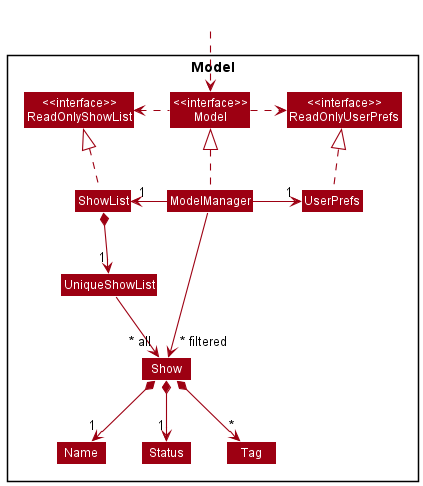
This is docs/images/ModelClassDiagram.png from nus-cs2103-AY2122S2/tp, a PlantUML export, as it was before one commit.
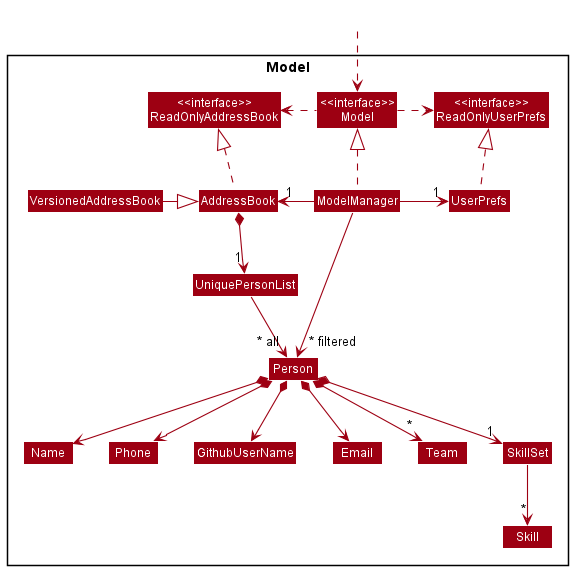
The same file after the commit.

Commit message:
Change Model package's class diagram to reflect HackNet's design

The edit, as a diff of the source:
```diff
@@ -5,41 +5,52 @@
 skinparam classBackgroundColor MODEL_COLOR
 
 Package Model <<Rectangle>>{
-Class "<<interface>>\nReadOnlyShowList" as ReadOnlyShowList
+Class "<<interface>>\nReadOnlyAddressBook" as ReadOnlyAddressBook
 Class "<<interface>>\nReadOnlyUserPrefs" as ReadOnlyUserPrefs
 Class "<<interface>>\nModel" as Model
-Class ShowList
+Class AddressBook
+Class VersionedAddressBook
 Class ModelManager
 Class UserPrefs
 
-Class UniqueShowList
-Class Show
-Class Status
+Class UniquePersonList
+Class Person
+Class GithubUserName
+Class Email
 Class Name
-Class Tag
+Class Phone
+Class Team
+Class SkillSet
+Class Skill
 
 }
 
 Class HiddenOutside #FFFFFF
 HiddenOutside ..> Model
 
-ShowList .up.|> ReadOnlyShowList
+AddressBook .up.|> ReadOnlyAddressBook
 
 ModelManager .up.|> Model
 Model .right.> ReadOnlyUserPrefs
-Model .left.> ReadOnlyShowList
-ModelManager -left-> "1" ShowList
+Model .left.> ReadOnlyAddressBook
+ModelManager -left-> "1" AddressBook
 ModelManager -right-> "1" UserPrefs
 UserPrefs .up.|> ReadOnlyUserPrefs
+VersionedAddressBook -right-|> AddressBook
 
-ShowList *--> "1" UniqueShowList
-UniqueShowList --> "~* all" Show
-Show *--> "1" Name
-Show *--> "1" Status
-Show *--> "*" Tag
+AddressBook *--> "1" UniquePersonList
+UniquePersonList --> "~* all" Person
+Person *--> Name
+Person *--> Phone
+Person *--> Email
+Person *--> GithubUserName
+Person *--> "*" Team
+Person *--> "1" SkillSet
+SkillSet --> "*" Skill
 
-Name -[hidden]right-> Status
-Status -[hidden]right->  Tag
+Name -[hidden]right-> Phone
+Phone -[hidden]right-> GithubUserName
+GithubUserName -[hidden]right-> Email
 
-ModelManager -->"~* filtered" Show
+ModelManager -->"~* filtered" Person
 @enduml
```
